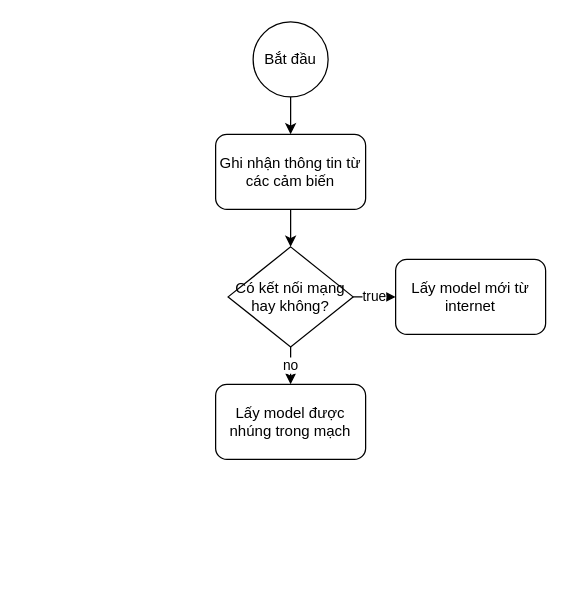
Earlier version of the draw.io diagram IOT lab 8.drawio (nguyenhuy158/diagrams). Source tidied: cells renumbered, new cells numbered last; positions are measured from the earlier drawing's top-left corner, leaving out a move shared by most shapes. Both pictures are drawn from the tidied source at 125%, with x=0, y=0 at pixel (215, 21).
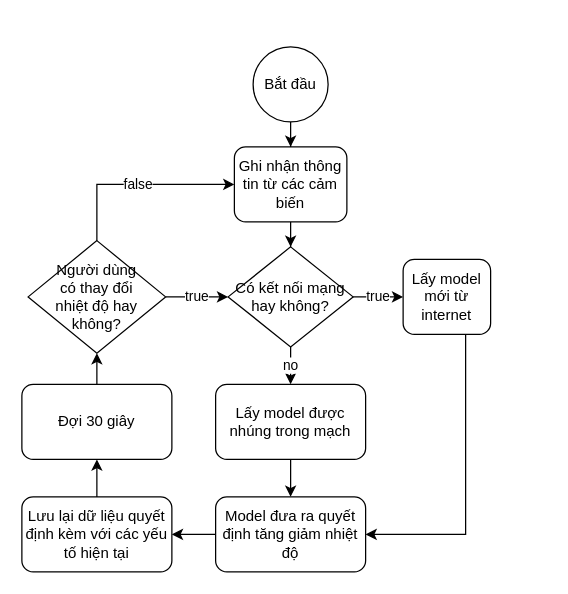
The same diagram, later.

Commit message:
Cập nhật IOT lab 8.drawio

Unchanged cells that the change refers to:
```xml
<mxCell id="8" value="Có kết nối mạng hay không?" style="rhombus;whiteSpace=wrap;html=1;" parent="1" vertex="1">
  <mxGeometry x="10" y="180" width="100" height="80" as="geometry" />
</mxCell>
<mxCell id="10" value="Lấy model được nhúng trong mạch" style="rounded=1;whiteSpace=wrap;html=1;" parent="1" vertex="1">
  <mxGeometry y="290" width="120" height="60" as="geometry" />
</mxCell>
```

Change to the diagram source:
```diff
@@
     <mxCell id="3" value="Bắt đầu" style="ellipse;whiteSpace=wrap;html=1;" parent="1" vertex="1">
-      <mxGeometry x="30" width="60" height="60" as="geometry" />
+      <mxGeometry x="30" y="20" width="60" height="60" as="geometry" />
     </mxCell>
@@
     <mxCell id="5" value="Ghi nhận thông tin từ các cảm biến" style="rounded=1;whiteSpace=wrap;html=1;" parent="1" vertex="1">
-      <mxGeometry y="90" width="120" height="60" as="geometry" />
+      <mxGeometry x="15" y="100" width="90" height="60" as="geometry" />
     </mxCell>
@@
+    <mxCell id="11" style="edgeStyle=orthogonalEdgeStyle;rounded=0;jettySize=auto;html=1;entryX=1;entryY=0.5;entryDx=0;entryDy=0;" parent="1" edge="1" source="9" target="14">
+      <mxGeometry relative="1" as="geometry">
+        <Array as="points">
+          <mxPoint x="200" y="410" />
+        </Array>
+      </mxGeometry>
+    </mxCell>
     <mxCell id="9" value="Lấy model mới từ internet" style="rounded=1;whiteSpace=wrap;html=1;" parent="1" vertex="1">
-      <mxGeometry x="144" y="190" width="120" height="60" as="geometry" />
+      <mxGeometry x="150" y="190" width="70" height="60" as="geometry" />
     </mxCell>
+    <mxCell id="12" style="edgeStyle=orthogonalEdgeStyle;rounded=0;jettySize=auto;html=1;entryX=0.5;entryY=0;entryDx=0;entryDy=0;" parent="1" edge="1" source="10" target="14">
+      <mxGeometry relative="1" as="geometry" />
+    </mxCell>
@@
+    <mxCell id="13" style="edgeStyle=orthogonalEdgeStyle;rounded=0;jettySize=auto;html=1;" parent="1" edge="1" source="14" target="16">
+      <mxGeometry relative="1" as="geometry" />
+    </mxCell>
+    <mxCell id="14" value="Model đưa ra quyết định tăng giảm nhiệt độ" style="rounded=1;whiteSpace=wrap;html=1;" parent="1" vertex="1">
+      <mxGeometry y="380" width="120" height="60" as="geometry" />
+    </mxCell>
+    <mxCell id="15" style="edgeStyle=orthogonalEdgeStyle;rounded=0;jettySize=auto;html=1;entryX=0.5;entryY=1;entryDx=0;entryDy=0;" parent="1" edge="1" source="16" target="21">
+      <mxGeometry relative="1" as="geometry" />
+    </mxCell>
+    <mxCell id="16" value="Lưu lại dữ liệu quyết định kèm với các yếu tố hiện tại" style="rounded=1;whiteSpace=wrap;html=1;" parent="1" vertex="1">
+      <mxGeometry x="-155" y="380" width="120" height="60" as="geometry" />
+    </mxCell>
+    <mxCell id="17" value="true" style="edgeStyle=orthogonalEdgeStyle;rounded=0;jettySize=auto;html=1;entryX=0;entryY=0.5;entryDx=0;entryDy=0;" parent="1" edge="1" source="19" target="8">
+      <mxGeometry relative="1" as="geometry" />
+    </mxCell>
+    <mxCell id="18" value="false" style="edgeStyle=orthogonalEdgeStyle;rounded=0;jettySize=auto;html=1;entryX=0;entryY=0.5;entryDx=0;entryDy=0;" parent="1" edge="1" source="19" target="5">
+      <mxGeometry relative="1" as="geometry">
+        <Array as="points">
+          <mxPoint x="-95" y="130" />
+        </Array>
+      </mxGeometry>
+    </mxCell>
+    <mxCell id="19" value="Người dùng &lt;br&gt;có thay đổi &lt;br&gt;nhiệt độ hay không?" style="rhombus;whiteSpace=wrap;html=1;" parent="1" vertex="1">
+      <mxGeometry x="-150" y="175" width="110" height="90" as="geometry" />
+    </mxCell>
+    <mxCell id="20" style="edgeStyle=orthogonalEdgeStyle;rounded=0;jettySize=auto;html=1;" parent="1" edge="1" source="21" target="19">
+      <mxGeometry relative="1" as="geometry" />
+    </mxCell>
+    <mxCell id="21" value="Đợi 30 giây" style="rounded=1;whiteSpace=wrap;html=1;" parent="1" vertex="1">
+      <mxGeometry x="-155" y="290" width="120" height="60" as="geometry" />
+    </mxCell>
```
